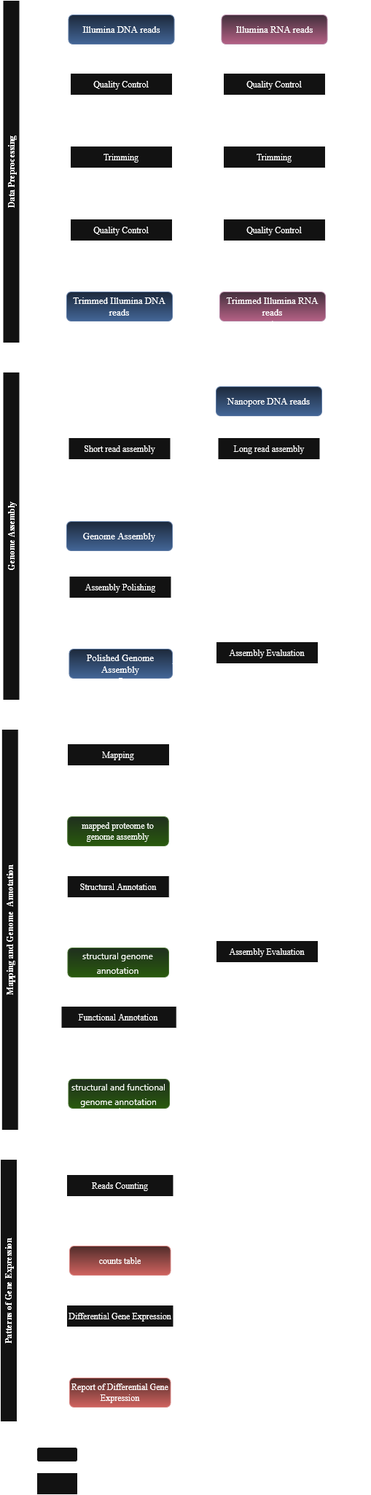
Above: Project Plan02.drawio.png in anwo0387/genome-analysis-1MB462 (draw.io), before the change. Source tidied: cells renumbered, new cells last; positions are measured from the earlier drawing's top-left corner, leaving out a move shared by most shapes.
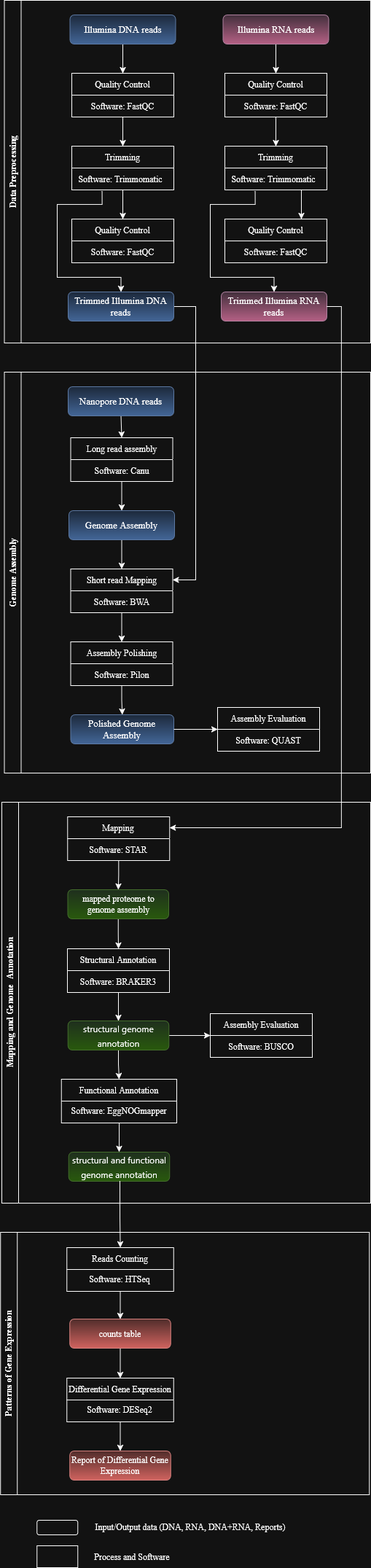
Later version of the same file.

Change to the diagram source:
```diff
@@ -36,12 +36,11 @@
     <mxCell id="10" value="Software: Trimmomatic&amp;nbsp;&amp;nbsp;" style="text;align=center;verticalAlign=middle;spacingLeft=4;spacingRight=4;overflow=hidden;points=[[0,0.5],[1,0.5]];portConstraint=eastwest;whiteSpace=wrap;html=1;" parent="9" vertex="1">
       <mxGeometry y="30" width="140" height="30" as="geometry" />
     </mxCell>
-    <mxCell id="11" style="edgeStyle=orthogonalEdgeStyle;rounded=0;jettySize=auto;html=1;entryX=0.5;entryY=0;entryDx=0;entryDy=0;align=center;" parent="1" edge="1" source="12" target="44">
+    <mxCell id="11" style="edgeStyle=orthogonalEdgeStyle;rounded=0;jettySize=auto;html=1;entryX=1;entryY=0.25;entryDx=0;entryDy=0;" parent="1" edge="1" source="12" target="44">
       <mxGeometry relative="1" as="geometry">
         <Array as="points">
-          <mxPoint x="163" y="460" />
-          <mxPoint x="163" y="540" />
-          <mxPoint x="161" y="540" />
+          <mxPoint x="266" y="420" />
+          <mxPoint x="266" y="795" />
         </Array>
       </mxGeometry>
     </mxCell>
@@ -101,48 +100,43 @@
       <mxGeometry y="30" width="140" height="30" as="geometry" />
     </mxCell>
     <mxCell id="28" value="Genome Assembly" style="swimlane;horizontal=0;whiteSpace=wrap;html=1;align=center;" parent="1" vertex="1">
-      <mxGeometry x="3.5" y="510" width="502.5" height="450" as="geometry" />
+      <mxGeometry x="3.5" y="510" width="502.5" height="550" as="geometry" />
     </mxCell>
     <mxCell id="29" style="edgeStyle=orthogonalEdgeStyle;rounded=0;jettySize=auto;html=1;exitX=0.5;exitY=1;exitDx=0;exitDy=0;entryX=0.5;entryY=0;entryDx=0;entryDy=0;align=center;" parent="28" edge="1" source="30" target="32">
       <mxGeometry relative="1" as="geometry" />
     </mxCell>
     <mxCell id="30" value="Nanopore DNA reads" style="rounded=1;whiteSpace=wrap;html=1;fillColor=#dae8fc;strokeColor=#6c8ebf;textShadow=0;autosizeText=0;fontSize=13;gradientColor=#7ea6e0;align=center;" parent="28" vertex="1">
-      <mxGeometry x="292.5" y="20" width="145" height="40" as="geometry" />
+      <mxGeometry x="87.5" y="20" width="145" height="40" as="geometry" />
     </mxCell>
-    <mxCell id="31" style="edgeStyle=orthogonalEdgeStyle;rounded=0;jettySize=auto;html=1;align=center;exitX=0.494;exitY=1.097;exitDx=0;exitDy=0;exitPerimeter=0;entryX=0.75;entryY=0;entryDx=0;entryDy=0;" parent="28" edge="1" source="33" target="38">
-      <mxGeometry relative="1" as="geometry">
-        <Array as="points">
-          <mxPoint x="364" y="180" />
-          <mxPoint x="196" y="180" />
-        </Array>
-      </mxGeometry>
-    </mxCell>
+    <mxCell id="81" style="edgeStyle=orthogonalEdgeStyle;rounded=0;jettySize=auto;html=1;entryX=0.5;entryY=0;entryDx=0;entryDy=0;" parent="28" edge="1" source="32" target="38">
+      <mxGeometry relative="1" as="geometry" />
+    </mxCell>
     <mxCell id="32" value="Long read assembly" style="swimlane;fontStyle=0;horizontal=1;startSize=30;whiteSpace=wrap;html=1;swimlaneFillColor=none;align=center;" parent="28" vertex="1">
-      <mxGeometry x="295" y="90" width="140" height="60" as="geometry" />
+      <mxGeometry x="91" y="90" width="140" height="60" as="geometry" />
     </mxCell>
     <mxCell id="33" value="Software: Canu" style="text;align=center;verticalAlign=middle;spacingLeft=4;spacingRight=4;overflow=hidden;points=[[0,0.5],[1,0.5]];portConstraint=eastwest;whiteSpace=wrap;html=1;" parent="32" vertex="1">
       <mxGeometry y="30" width="140" height="30" as="geometry" />
     </mxCell>
-    <mxCell id="34" style="edgeStyle=orthogonalEdgeStyle;rounded=0;jettySize=auto;html=1;align=center;" parent="28" edge="1" source="35" target="39">
+    <mxCell id="34" style="edgeStyle=orthogonalEdgeStyle;rounded=0;jettySize=auto;html=1;entryX=0.5;entryY=0;entryDx=0;entryDy=0;" parent="28" edge="1" source="35" target="39">
       <mxGeometry relative="1" as="geometry" />
     </mxCell>
     <mxCell id="35" value="Assembly Polishing" style="swimlane;fontStyle=0;horizontal=1;startSize=30;whiteSpace=wrap;html=1;swimlaneFillColor=none;align=center;" parent="28" vertex="1">
-      <mxGeometry x="91" y="280" width="140" height="60" as="geometry" />
+      <mxGeometry x="91" y="370" width="140" height="60" as="geometry" />
     </mxCell>
     <mxCell id="36" value="Software: Pilon" style="text;align=center;verticalAlign=middle;spacingLeft=4;spacingRight=4;overflow=hidden;whiteSpace=wrap;html=1;" parent="35" vertex="1">
       <mxGeometry y="30" width="140" height="30" as="geometry" />
     </mxCell>
-    <mxCell id="37" style="edgeStyle=orthogonalEdgeStyle;rounded=0;jettySize=auto;html=1;exitX=0.5;exitY=1;exitDx=0;exitDy=0;entryX=0.5;entryY=0;entryDx=0;entryDy=0;align=center;" parent="28" edge="1" source="38" target="35">
-      <mxGeometry relative="1" as="geometry" />
-    </mxCell>
+    <mxCell id="82" style="edgeStyle=orthogonalEdgeStyle;rounded=0;jettySize=auto;html=1;entryX=0.5;entryY=0;entryDx=0;entryDy=0;" parent="28" edge="1" source="38" target="44">
+      <mxGeometry relative="1" as="geometry" />
+    </mxCell>
     <mxCell id="38" value="Genome Assembly" style="rounded=1;whiteSpace=wrap;html=1;fillColor=#dae8fc;strokeColor=#6c8ebf;textShadow=0;autosizeText=0;fontSize=13;gradientColor=#7ea6e0;align=center;" parent="28" vertex="1">
-      <mxGeometry x="87.5" y="205" width="145" height="40" as="geometry" />
+      <mxGeometry x="88.5" y="190" width="145" height="40" as="geometry" />
     </mxCell>
     <mxCell id="39" value="Polished Genome Assembly" style="rounded=1;whiteSpace=wrap;html=1;fillColor=#dae8fc;strokeColor=#6c8ebf;textShadow=0;autosizeText=0;fontSize=13;gradientColor=#7ea6e0;align=center;" parent="28" vertex="1">
-      <mxGeometry x="91" y="380" width="141.5" height="40" as="geometry" />
+      <mxGeometry x="91" y="470" width="141.5" height="40" as="geometry" />
     </mxCell>
     <mxCell id="40" value="Assembly Evaluation" style="swimlane;fontStyle=0;horizontal=1;startSize=30;whiteSpace=wrap;html=1;swimlaneFillColor=none;align=center;" parent="28" vertex="1">
-      <mxGeometry x="292.5" y="370" width="140" height="60" as="geometry" />
+      <mxGeometry x="292.5" y="460" width="140" height="60" as="geometry" />
     </mxCell>
     <mxCell id="41" value="Software: QUAST" style="text;align=center;verticalAlign=middle;spacingLeft=4;spacingRight=4;overflow=hidden;whiteSpace=wrap;html=1;" parent="40" vertex="1">
       <mxGeometry y="30" width="140" height="30" as="geometry" />
@@ -150,17 +144,17 @@
     <mxCell id="42" style="edgeStyle=orthogonalEdgeStyle;rounded=0;jettySize=auto;html=1;exitX=1;exitY=0.5;exitDx=0;exitDy=0;align=center;" parent="28" edge="1" source="39" target="40">
       <mxGeometry relative="1" as="geometry" />
     </mxCell>
-    <mxCell id="43" style="edgeStyle=orthogonalEdgeStyle;rounded=0;jettySize=auto;html=1;" parent="28" edge="1" source="44" target="38">
-      <mxGeometry relative="1" as="geometry" />
-    </mxCell>
+    <mxCell id="83" style="edgeStyle=orthogonalEdgeStyle;rounded=0;jettySize=auto;html=1;entryX=0.5;entryY=0;entryDx=0;entryDy=0;" parent="28" edge="1" source="44" target="35">
+      <mxGeometry relative="1" as="geometry" />
+    </mxCell>
-    <mxCell id="44" value="Short read assembly" style="swimlane;fontStyle=0;horizontal=1;startSize=30;whiteSpace=wrap;html=1;swimlaneFillColor=none;align=center;" parent="28" vertex="1">
-      <mxGeometry x="90" y="90" width="140" height="60" as="geometry" />
+    <mxCell id="44" value="Short read Mapping" style="swimlane;fontStyle=0;horizontal=1;startSize=30;whiteSpace=wrap;html=1;swimlaneFillColor=none;align=center;" parent="28" vertex="1">
+      <mxGeometry x="91" y="270" width="140" height="60" as="geometry" />
     </mxCell>
-    <mxCell id="45" value="Software: SOAPdenovo" style="text;align=center;verticalAlign=middle;spacingLeft=4;spacingRight=4;overflow=hidden;whiteSpace=wrap;html=1;" parent="44" vertex="1">
+    <mxCell id="45" value="Software: BWA" style="text;align=center;verticalAlign=middle;spacingLeft=4;spacingRight=4;overflow=hidden;whiteSpace=wrap;html=1;" parent="44" vertex="1">
       <mxGeometry y="30" width="140" height="30" as="geometry" />
     </mxCell>
     <mxCell id="46" value="Mapping and Genome&amp;nbsp; Annotation" style="swimlane;horizontal=0;whiteSpace=wrap;html=1;align=center;" parent="1" vertex="1">
-      <mxGeometry x="1.8" y="1000" width="506" height="550" as="geometry" />
+      <mxGeometry y="1100" width="506" height="550" as="geometry" />
     </mxCell>
     <mxCell id="47" style="edgeStyle=orthogonalEdgeStyle;rounded=0;jettySize=auto;html=1;entryX=0.5;entryY=0;entryDx=0;entryDy=0;align=center;" parent="46" edge="1" source="48" target="52">
       <mxGeometry relative="1" as="geometry" />
@@ -169,7 +163,7 @@
       <mxGeometry x="90.5" y="120" width="138.5" height="40" as="geometry" />
     </mxCell>
     <mxCell id="49" value="Assembly Evaluation" style="swimlane;fontStyle=0;horizontal=1;startSize=30;whiteSpace=wrap;html=1;swimlaneFillColor=none;align=center;" parent="46" vertex="1">
-      <mxGeometry x="294.2" y="290" width="140" height="60" as="geometry" />
+      <mxGeometry x="286" y="290" width="140" height="60" as="geometry" />
     </mxCell>
     <mxCell id="50" value="Software: BUSCO" style="text;align=center;verticalAlign=middle;spacingLeft=4;spacingRight=4;overflow=hidden;whiteSpace=wrap;html=1;" parent="49" vertex="1">
       <mxGeometry y="30" width="140" height="30" as="geometry" />
@@ -213,17 +207,8 @@
     <mxCell id="63" style="edgeStyle=orthogonalEdgeStyle;rounded=0;jettySize=auto;html=1;entryX=0.5;entryY=0;entryDx=0;entryDy=0;align=center;" parent="46" edge="1" source="61" target="48">
       <mxGeometry relative="1" as="geometry" />
     </mxCell>
-    <mxCell id="64" style="edgeStyle=orthogonalEdgeStyle;rounded=0;orthogonalLoop=1;jettySize=auto;html=1;exitX=0.5;exitY=1;exitDx=0;exitDy=0;align=center;" parent="1" edge="1">
-      <mxGeometry relative="1" as="geometry">
-        <mxPoint x="167.2" y="930" as="sourcePoint" />
-        <mxPoint x="163" y="1020" as="targetPoint" />
-        <Array as="points">
-          <mxPoint x="163" y="930" />
-        </Array>
-      </mxGeometry>
-    </mxCell>
     <mxCell id="65" value="Patterns of Gene Expression" style="swimlane;horizontal=0;whiteSpace=wrap;html=1;align=center;" parent="1" vertex="1">
-      <mxGeometry y="1590" width="506" height="360" as="geometry" />
+      <mxGeometry x="-1.8" y="1690" width="506" height="360" as="geometry" />
     </mxCell>
     <mxCell id="66" style="edgeStyle=orthogonalEdgeStyle;rounded=0;jettySize=auto;html=1;entryX=0.5;entryY=0;entryDx=0;entryDy=0;align=center;" parent="65" edge="1" source="67" target="70">
       <mxGeometry relative="1" as="geometry" />
@@ -254,31 +239,30 @@
     </mxCell>
     <mxCell id="75" style="edgeStyle=orthogonalEdgeStyle;rounded=0;jettySize=auto;html=1;entryX=0.5;entryY=0;entryDx=0;entryDy=0;align=center;" parent="1" edge="1" target="67">
       <mxGeometry relative="1" as="geometry">
-        <mxPoint x="163.7" y="1520" as="sourcePoint" />
+        <mxPoint x="162" y="1620" as="sourcePoint" />
         <Array as="points">
-          <mxPoint x="164" y="1571" />
-          <mxPoint x="165" y="1571" />
+          <mxPoint x="162.2" y="1671" />
+          <mxPoint x="163.2" y="1671" />
         </Array>
       </mxGeometry>
     </mxCell>
     <mxCell id="76" style="rounded=1;whiteSpace=wrap;html=1;align=center;" parent="1" vertex="1">
-      <mxGeometry x="50" y="1985" width="56" height="20" as="geometry" />
+      <mxGeometry x="48.2" y="2085" width="56" height="20" as="geometry" />
     </mxCell>
     <mxCell id="77" value="Input/Output data (DNA, RNA, DNA+RNA, Reports)" style="text;html=1;whiteSpace=wrap;strokeColor=none;fillColor=none;align=center;verticalAlign=middle;rounded=0;" parent="1" vertex="1">
-      <mxGeometry x="111" y="1979" width="300" height="30" as="geometry" />
+      <mxGeometry x="109.2" y="2079" width="300" height="30" as="geometry" />
     </mxCell>
     <mxCell id="78" style="rounded=0;whiteSpace=wrap;html=1;align=center;" parent="1" vertex="1">
-      <mxGeometry x="50" y="2020" width="56" height="30" as="geometry" />
+      <mxGeometry x="48.2" y="2120" width="56" height="30" as="geometry" />
     </mxCell>
     <mxCell id="79" value="Process and Software" style="text;html=1;whiteSpace=wrap;strokeColor=none;fillColor=none;align=center;verticalAlign=middle;rounded=0;" parent="1" vertex="1">
-      <mxGeometry x="116" y="2020" width="130" height="30" as="geometry" />
+      <mxGeometry x="114.2" y="2120" width="130" height="30" as="geometry" />
     </mxCell>
-    <mxCell id="80" style="edgeStyle=orthogonalEdgeStyle;rounded=0;jettySize=auto;html=1;entryX=1;entryY=0.25;entryDx=0;entryDy=0;exitX=0.5;exitY=1;exitDx=0;exitDy=0;" parent="1" edge="1" source="25" target="61">
+    <mxCell id="80" style="edgeStyle=orthogonalEdgeStyle;rounded=0;jettySize=auto;html=1;exitX=1;exitY=0.5;exitDx=0;exitDy=0;entryX=1;entryY=0.25;entryDx=0;entryDy=0;" parent="1" edge="1" source="25" target="61">
       <mxGeometry relative="1" as="geometry">
         <Array as="points">
-          <mxPoint x="373" y="490" />
-          <mxPoint x="466" y="490" />
-          <mxPoint x="466" y="1035" />
+          <mxPoint x="466" y="420" />
+          <mxPoint x="466" y="1135" />
         </Array>
       </mxGeometry>
     </mxCell>
```
